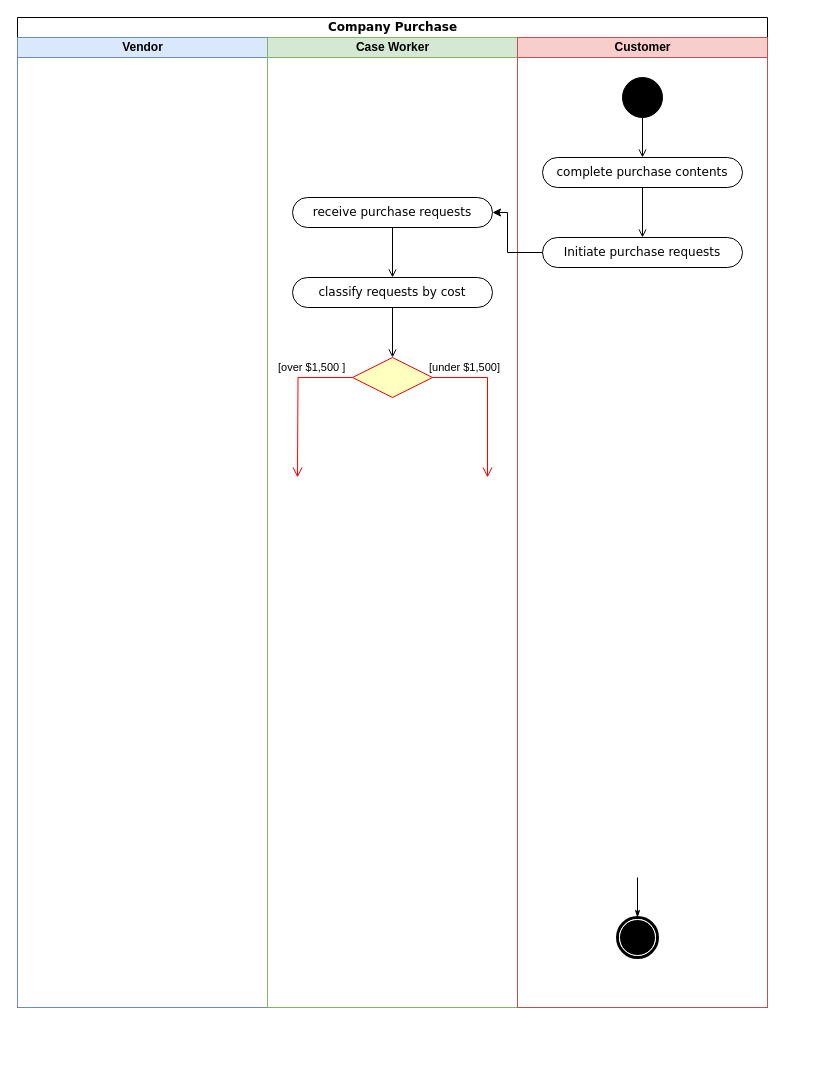
Earlier version of the draw.io diagram T1Q1.drawio (tautauon/AHH). Source tidied: cells renumbered, new cells numbered last; positions are measured from the earlier drawing's top-left corner, leaving out a move shared by most shapes. Both pictures are drawn from the tidied source at 100%, with x=0, y=0 at pixel (17, 17).
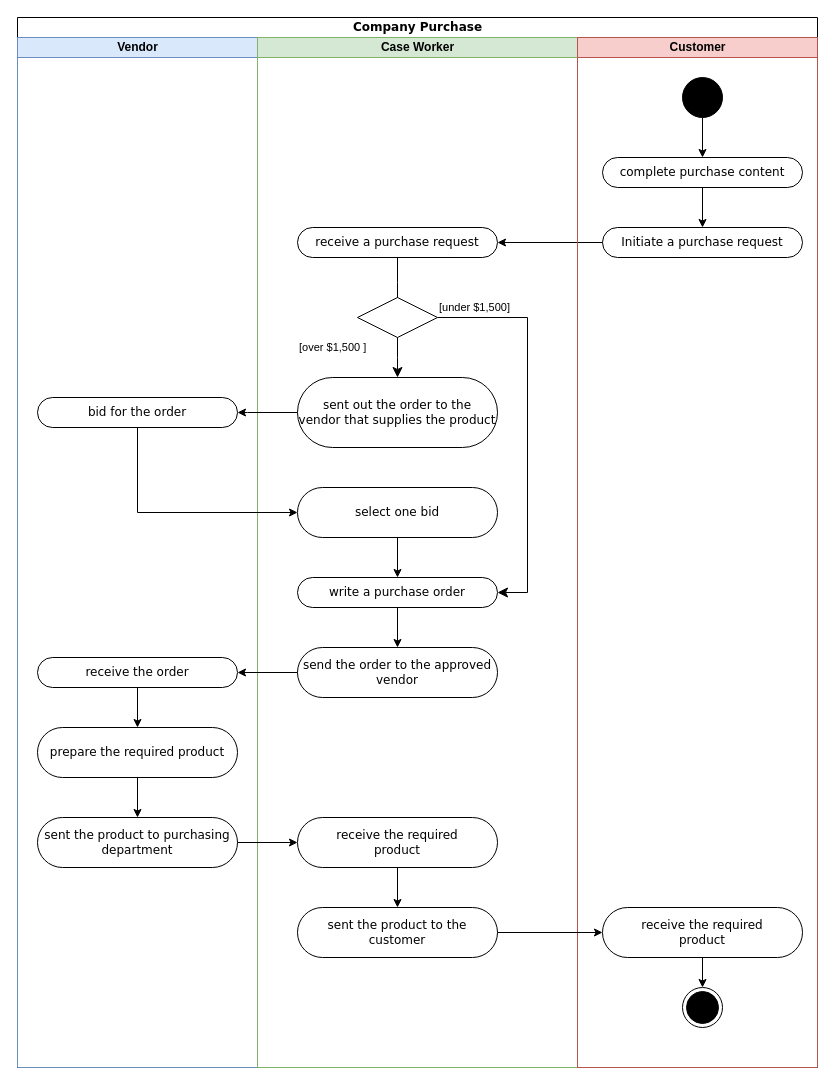
Above is the later version.

Unchanged cells that the change refers to:
```xml
<mxCell id="14" style="ellipse;whiteSpace=wrap;html=1;rounded=0;shadow=0;comic=0;labelBackgroundColor=none;strokeWidth=1;fillColor=#000000;fontFamily=Verdana;fontSize=12;align=center;" parent="12" vertex="1">
  <mxGeometry x="105" y="40" width="40" height="40" as="geometry" />
</mxCell>
```

Change to the diagram source:
```diff
@@
     <mxCell id="2" value="Company Purchase" style="swimlane;html=1;startSize=20;rounded=0;shadow=0;comic=0;labelBackgroundColor=none;strokeWidth=1;fontFamily=Verdana;fontSize=12;align=center;" parent="1" vertex="1">
-      <mxGeometry width="750" height="990" as="geometry" />
+      <mxGeometry width="800" height="1050" as="geometry" />
     </mxCell>
     <mxCell id="3" value="Vendor" style="swimlane;html=1;startSize=20;fillColor=#dae8fc;strokeColor=#6c8ebf;" parent="2" vertex="1">
-      <mxGeometry y="20" width="250" height="970" as="geometry" />
+      <mxGeometry y="20" width="240" height="1030" as="geometry" />
     </mxCell>
+    <mxCell id="21" value="bid for the order" style="rounded=1;whiteSpace=wrap;html=1;shadow=0;comic=0;labelBackgroundColor=none;strokeWidth=1;fontFamily=Verdana;fontSize=12;align=center;arcSize=50;" parent="3" vertex="1">
+      <mxGeometry x="20" y="360" width="200" height="30" as="geometry" />
+    </mxCell>
+    <mxCell id="22" style="edgeStyle=orthogonalEdgeStyle;rounded=0;jettySize=auto;html=1;" parent="3" edge="1" source="23" target="25">
+      <mxGeometry relative="1" as="geometry" />
+    </mxCell>
+    <mxCell id="23" value="receive the order" style="rounded=1;whiteSpace=wrap;html=1;shadow=0;comic=0;labelBackgroundColor=none;strokeWidth=1;fontFamily=Verdana;fontSize=12;align=center;arcSize=50;" parent="3" vertex="1">
+      <mxGeometry x="20" y="620" width="200" height="30" as="geometry" />
+    </mxCell>
+    <mxCell id="24" style="edgeStyle=orthogonalEdgeStyle;rounded=0;jettySize=auto;html=1;" parent="3" edge="1" source="25" target="26">
+      <mxGeometry relative="1" as="geometry" />
+    </mxCell>
+    <mxCell id="25" value="prepare the required product" style="rounded=1;whiteSpace=wrap;html=1;shadow=0;comic=0;labelBackgroundColor=none;strokeWidth=1;fontFamily=Verdana;fontSize=12;align=center;arcSize=50;" parent="3" vertex="1">
+      <mxGeometry x="20" y="690" width="200" height="50" as="geometry" />
+    </mxCell>
+    <mxCell id="26" value="sent the product to purchasing department" style="rounded=1;whiteSpace=wrap;html=1;shadow=0;comic=0;labelBackgroundColor=none;strokeWidth=1;fontFamily=Verdana;fontSize=12;align=center;arcSize=50;" parent="3" vertex="1">
+      <mxGeometry x="20" y="780" width="200" height="50" as="geometry" />
+    </mxCell>
     <mxCell id="4" value="Case Worker" style="swimlane;html=1;startSize=20;fillColor=#d5e8d4;strokeColor=#82b366;" parent="2" vertex="1">
-      <mxGeometry x="250" y="20" width="250" height="970" as="geometry" />
+      <mxGeometry x="240" y="20" width="320" height="1030" as="geometry" />
     </mxCell>
-    <mxCell id="5" style="edgeStyle=orthogonalEdgeStyle;rounded=0;jettySize=auto;html=1;entryX=0.5;entryY=0;entryDx=0;entryDy=0;endArrow=open;endFill=0;" parent="4" edge="1" source="6" target="8">
-      <mxGeometry relative="1" as="geometry" />
+    <mxCell id="5" style="edgeStyle=orthogonalEdgeStyle;rounded=0;jettySize=auto;html=1;entryX=0.5;entryY=0;entryDx=0;entryDy=0;endArrow=open;endFill=0;" parent="4" edge="1" source="6">
+      <mxGeometry relative="1" as="geometry">
+        <mxPoint x="140" y="270" as="targetPoint" />
+      </mxGeometry>
     </mxCell>
-    <mxCell id="6" value="receive purchase requests" style="rounded=1;whiteSpace=wrap;html=1;shadow=0;comic=0;labelBackgroundColor=none;strokeWidth=1;fontFamily=Verdana;fontSize=12;align=center;arcSize=50;" parent="4" vertex="1">
-      <mxGeometry x="25" y="160" width="200" height="30" as="geometry" />
+    <mxCell id="6" value="receive a purchase request" style="rounded=1;whiteSpace=wrap;html=1;shadow=0;comic=0;labelBackgroundColor=none;strokeWidth=1;fontFamily=Verdana;fontSize=12;align=center;arcSize=50;" parent="4" vertex="1">
+      <mxGeometry x="40" y="190" width="200" height="30" as="geometry" />
     </mxCell>
-    <mxCell id="7" style="edgeStyle=orthogonalEdgeStyle;rounded=0;jettySize=auto;html=1;endArrow=open;endFill=0;" parent="4" edge="1" source="8" target="9">
-      <mxGeometry relative="1" as="geometry" />
-    </mxCell>
-    <mxCell id="8" value="classify requests by cost" style="rounded=1;whiteSpace=wrap;html=1;shadow=0;comic=0;labelBackgroundColor=none;strokeWidth=1;fontFamily=Verdana;fontSize=12;align=center;arcSize=50;" parent="4" vertex="1">
-      <mxGeometry x="25" y="240" width="200" height="30" as="geometry" />
-    </mxCell>
-    <mxCell id="9" style="rhombus;whiteSpace=wrap;html=1;fontColor=#000000;fillColor=#ffffc0;strokeColor=#ff0000;" parent="4" vertex="1">
-      <mxGeometry x="85" y="320" width="80" height="40" as="geometry" />
+    <mxCell id="9" style="rhombus;whiteSpace=wrap;html=1;" parent="4" vertex="1">
+      <mxGeometry x="100" y="260" width="80" height="40" as="geometry" />
     </mxCell>
+    <mxCell id="27" value="send the order to the approved vendor" style="rounded=1;whiteSpace=wrap;html=1;shadow=0;comic=0;labelBackgroundColor=none;strokeWidth=1;fontFamily=Verdana;fontSize=12;align=center;arcSize=50;" parent="4" vertex="1">
+      <mxGeometry x="40" y="610" width="200" height="50" as="geometry" />
+    </mxCell>
+    <mxCell id="28" style="edgeStyle=orthogonalEdgeStyle;rounded=0;jettySize=auto;html=1;endArrow=classic;endFill=1;" parent="4" edge="1" source="29" target="27">
+      <mxGeometry relative="1" as="geometry" />
+    </mxCell>
+    <mxCell id="29" value="write a purchase order" style="rounded=1;whiteSpace=wrap;html=1;shadow=0;comic=0;labelBackgroundColor=none;strokeWidth=1;fontFamily=Verdana;fontSize=12;align=center;arcSize=50;" parent="4" vertex="1">
+      <mxGeometry x="40" y="540" width="200" height="30" as="geometry" />
+    </mxCell>
-    <mxCell id="10" value="[under&amp;nbsp;$1,500]" style="edgeStyle=orthogonalEdgeStyle;html=1;align=left;verticalAlign=middle;endArrow=open;endSize=8;strokeColor=#ff0000;rounded=0;exitX=1;exitY=0.5;exitDx=0;exitDy=0;fontSize=11;fontStyle=0;" parent="4" edge="1" source="9">
-      <mxGeometry x="-1" y="11" relative="1" as="geometry">
-        <mxPoint x="220" y="440" as="targetPoint" />
+    <mxCell id="10" value="[under&amp;nbsp;$1,500]" style="edgeStyle=orthogonalEdgeStyle;html=1;align=left;verticalAlign=middle;endArrow=classic;endSize=8;rounded=0;exitX=1;exitY=0.5;exitDx=0;exitDy=0;fontSize=11;fontStyle=0;entryX=1;entryY=0.5;entryDx=0;entryDy=0;endFill=1;" parent="4" edge="1" source="9" target="29">
+      <mxGeometry x="-1" y="10" relative="1" as="geometry">
         <Array as="points">
-          <mxPoint x="220" y="340" />
+          <mxPoint x="270" y="280" />
+          <mxPoint x="270" y="555" />
         </Array>
-        <mxPoint x="-5" y="1" as="offset" />
       </mxGeometry>
     </mxCell>
+    <mxCell id="30" value="sent out the order to the vendor&amp;nbsp;that supplies the product" style="rounded=1;whiteSpace=wrap;html=1;shadow=0;comic=0;labelBackgroundColor=none;strokeWidth=1;fontFamily=Verdana;fontSize=12;align=center;arcSize=50;" parent="4" vertex="1">
+      <mxGeometry x="40" y="340" width="200" height="70" as="geometry" />
+    </mxCell>
-    <mxCell id="11" value="[over&amp;nbsp;$1,500 ]" style="edgeStyle=orthogonalEdgeStyle;html=1;align=left;verticalAlign=middle;endArrow=open;endSize=8;strokeColor=#ff0000;rounded=0;fontSize=11;" parent="4" edge="1" source="9">
-      <mxGeometry x="-0.29" y="-23" relative="1" as="geometry">
-        <mxPoint x="30" y="440" as="targetPoint" />
-        <mxPoint x="2" y="-10" as="offset" />
+    <mxCell id="11" value="[over&amp;nbsp;$1,500 ]" style="edgeStyle=orthogonalEdgeStyle;html=1;align=left;verticalAlign=middle;endArrow=classic;endSize=8;rounded=0;fontSize=11;exitX=0.5;exitY=1;exitDx=0;exitDy=0;entryX=0.5;entryY=0;entryDx=0;entryDy=0;endFill=1;" parent="4" edge="1" source="9" target="30">
+      <mxGeometry x="-0.5" y="-100" relative="1" as="geometry">
+        <Array as="points">
+          <mxPoint x="140" y="320" />
+          <mxPoint x="140" y="320" />
+        </Array>
       </mxGeometry>
     </mxCell>
+    <mxCell id="31" style="edgeStyle=orthogonalEdgeStyle;rounded=0;jettySize=auto;html=1;entryX=0.5;entryY=0;entryDx=0;entryDy=0;" parent="4" edge="1" source="32" target="29">
+      <mxGeometry relative="1" as="geometry" />
+    </mxCell>
+    <mxCell id="32" value=" select one bid" style="rounded=1;whiteSpace=wrap;html=1;shadow=0;comic=0;labelBackgroundColor=none;strokeWidth=1;fontFamily=Verdana;fontSize=12;align=center;arcSize=50;" parent="4" vertex="1">
+      <mxGeometry x="40" y="450" width="200" height="50" as="geometry" />
+    </mxCell>
+    <mxCell id="33" style="edgeStyle=orthogonalEdgeStyle;rounded=0;jettySize=auto;html=1;" parent="4" edge="1" source="34" target="35">
+      <mxGeometry relative="1" as="geometry" />
+    </mxCell>
+    <mxCell id="34" value="receive the required &lt;br&gt;product" style="rounded=1;whiteSpace=wrap;html=1;shadow=0;comic=0;labelBackgroundColor=none;strokeWidth=1;fontFamily=Verdana;fontSize=12;align=center;arcSize=50;" parent="4" vertex="1">
+      <mxGeometry x="40" y="780" width="200" height="50" as="geometry" />
+    </mxCell>
+    <mxCell id="35" value="sent the product to the customer" style="rounded=1;whiteSpace=wrap;html=1;shadow=0;comic=0;labelBackgroundColor=none;strokeWidth=1;fontFamily=Verdana;fontSize=12;align=center;arcSize=50;" parent="4" vertex="1">
+      <mxGeometry x="40" y="870" width="200" height="50" as="geometry" />
+    </mxCell>
+    <mxCell id="20" style="edgeStyle=orthogonalEdgeStyle;rounded=0;jettySize=auto;html=1;entryX=1;entryY=0.5;entryDx=0;entryDy=0;exitX=0;exitY=0.5;exitDx=0;exitDy=0;" parent="2" edge="1" source="19" target="6">
+      <mxGeometry relative="1" as="geometry">
+        <Array as="points">
+          <mxPoint x="670" y="225" />
+          <mxPoint x="670" y="225" />
+        </Array>
+      </mxGeometry>
+    </mxCell>
+    <mxCell id="36" style="edgeStyle=orthogonalEdgeStyle;rounded=0;jettySize=auto;html=1;entryX=1;entryY=0.5;entryDx=0;entryDy=0;" parent="2" edge="1" source="30" target="21">
+      <mxGeometry relative="1" as="geometry">
+        <Array as="points">
+          <mxPoint x="230" y="395" />
+          <mxPoint x="230" y="395" />
+        </Array>
+      </mxGeometry>
+    </mxCell>
+    <mxCell id="37" style="edgeStyle=orthogonalEdgeStyle;rounded=0;jettySize=auto;html=1;entryX=0;entryY=0.5;entryDx=0;entryDy=0;exitX=0.5;exitY=1;exitDx=0;exitDy=0;" parent="2" edge="1" source="21" target="32">
+      <mxGeometry relative="1" as="geometry">
+        <Array as="points">
+          <mxPoint x="120" y="495" />
+        </Array>
+      </mxGeometry>
+    </mxCell>
     <mxCell id="12" value="Customer" style="swimlane;html=1;startSize=20;fillColor=#f8cecc;strokeColor=#b85450;" parent="2" vertex="1">
-      <mxGeometry x="500" y="20" width="250" height="970" as="geometry" />
+      <mxGeometry x="560" y="20" width="240" height="1030" as="geometry" />
     </mxCell>
-    <mxCell id="13" style="edgeStyle=orthogonalEdgeStyle;rounded=0;html=1;labelBackgroundColor=none;startArrow=none;startFill=0;startSize=6;endArrow=open;endFill=0;endSize=6;jettySize=auto;strokeWidth=1;fontFamily=Verdana;fontSize=12;" parent="12" edge="1" source="14" target="16">
+    <mxCell id="13" style="edgeStyle=orthogonalEdgeStyle;rounded=0;html=1;labelBackgroundColor=none;startArrow=none;startFill=0;startSize=6;endArrow=classic;endFill=1;endSize=6;jettySize=auto;strokeWidth=1;fontFamily=Verdana;fontSize=12;" parent="12" edge="1" source="14" target="16">
       <mxGeometry relative="1" as="geometry" />
     </mxCell>
@@
-    <mxCell id="15" style="edgeStyle=orthogonalEdgeStyle;rounded=0;jettySize=auto;html=1;entryX=0.5;entryY=0;entryDx=0;entryDy=0;endArrow=open;endFill=0;" parent="12" edge="1" source="16" target="19">
+    <mxCell id="15" style="edgeStyle=orthogonalEdgeStyle;rounded=0;jettySize=auto;html=1;entryX=0.5;entryY=0;entryDx=0;entryDy=0;endArrow=classic;endFill=1;" parent="12" edge="1" source="16" target="19">
       <mxGeometry relative="1" as="geometry" />
     </mxCell>
-    <mxCell id="16" value="complete purchase contents" style="rounded=1;whiteSpace=wrap;html=1;shadow=0;comic=0;labelBackgroundColor=none;strokeWidth=1;fontFamily=Verdana;fontSize=12;align=center;arcSize=50;" parent="12" vertex="1">
+    <mxCell id="16" value="complete purchase content" style="rounded=1;whiteSpace=wrap;html=1;shadow=0;comic=0;labelBackgroundColor=none;strokeWidth=1;fontFamily=Verdana;fontSize=12;align=center;arcSize=50;" parent="12" vertex="1">
       <mxGeometry x="25" y="120" width="200" height="30" as="geometry" />
     </mxCell>
-    <mxCell id="17" style="edgeStyle=none;rounded=0;html=1;labelBackgroundColor=none;startArrow=none;startFill=0;startSize=5;endArrow=classicThin;endFill=1;endSize=5;jettySize=auto;strokeWidth=1;fontFamily=Verdana;fontSize=12;" parent="12" edge="1" target="18">
-      <mxGeometry relative="1" as="geometry">
-        <mxPoint x="120" y="840" as="sourcePoint" />
-      </mxGeometry>
-    </mxCell>
-    <mxCell id="18" style="shape=mxgraph.bpmn.shape;html=1;verticalLabelPosition=bottom;labelBackgroundColor=#ffffff;verticalAlign=top;perimeter=ellipsePerimeter;outline=end;symbol=terminate;rounded=0;shadow=0;comic=0;strokeWidth=1;fontFamily=Verdana;fontSize=12;align=center;" parent="12" vertex="1">
-      <mxGeometry x="100" y="880" width="40" height="40" as="geometry" />
-    </mxCell>
-    <mxCell id="19" value="Initiate purchase requests" style="rounded=1;whiteSpace=wrap;html=1;shadow=0;comic=0;labelBackgroundColor=none;strokeWidth=1;fontFamily=Verdana;fontSize=12;align=center;arcSize=50;" parent="12" vertex="1">
-      <mxGeometry x="25" y="200" width="200" height="30" as="geometry" />
+    <mxCell id="19" value="Initiate a purchase request" style="rounded=1;whiteSpace=wrap;html=1;shadow=0;comic=0;labelBackgroundColor=none;strokeWidth=1;fontFamily=Verdana;fontSize=12;align=center;arcSize=50;" parent="12" vertex="1">
+      <mxGeometry x="25" y="190" width="200" height="30" as="geometry" />
     </mxCell>
-    <mxCell id="20" style="edgeStyle=orthogonalEdgeStyle;rounded=0;jettySize=auto;html=1;entryX=1;entryY=0.5;entryDx=0;entryDy=0;" parent="2" edge="1" source="19" target="6">
-      <mxGeometry relative="1" as="geometry">
-        <Array as="points">
-          <mxPoint x="490" y="235" />
-          <mxPoint x="490" y="195" />
-        </Array>
-      </mxGeometry>
-    </mxCell>
+    <mxCell id="38" style="edgeStyle=orthogonalEdgeStyle;rounded=0;jettySize=auto;html=1;" parent="12" edge="1" source="39" target="40">
+      <mxGeometry relative="1" as="geometry" />
+    </mxCell>
+    <mxCell id="39" value="receive the required &lt;br&gt;product" style="rounded=1;whiteSpace=wrap;html=1;shadow=0;comic=0;labelBackgroundColor=none;strokeWidth=1;fontFamily=Verdana;fontSize=12;align=center;arcSize=50;" parent="12" vertex="1">
+      <mxGeometry x="25" y="870" width="200" height="50" as="geometry" />
+    </mxCell>
+    <mxCell id="40" style="ellipse;html=1;shape=endState;fillColor=#000000;strokeColor=#000000;" parent="12" vertex="1">
+      <mxGeometry x="105" y="950" width="40" height="40" as="geometry" />
+    </mxCell>
+    <mxCell id="41" style="edgeStyle=orthogonalEdgeStyle;rounded=0;jettySize=auto;html=1;" parent="2" edge="1" source="27" target="23">
+      <mxGeometry relative="1" as="geometry" />
+    </mxCell>
+    <mxCell id="42" style="edgeStyle=orthogonalEdgeStyle;rounded=0;jettySize=auto;html=1;" parent="2" edge="1" source="26" target="34">
+      <mxGeometry relative="1" as="geometry" />
+    </mxCell>
+    <mxCell id="43" style="edgeStyle=orthogonalEdgeStyle;rounded=0;jettySize=auto;html=1;" parent="2" edge="1" source="35" target="39">
+      <mxGeometry relative="1" as="geometry" />
+    </mxCell>
```
